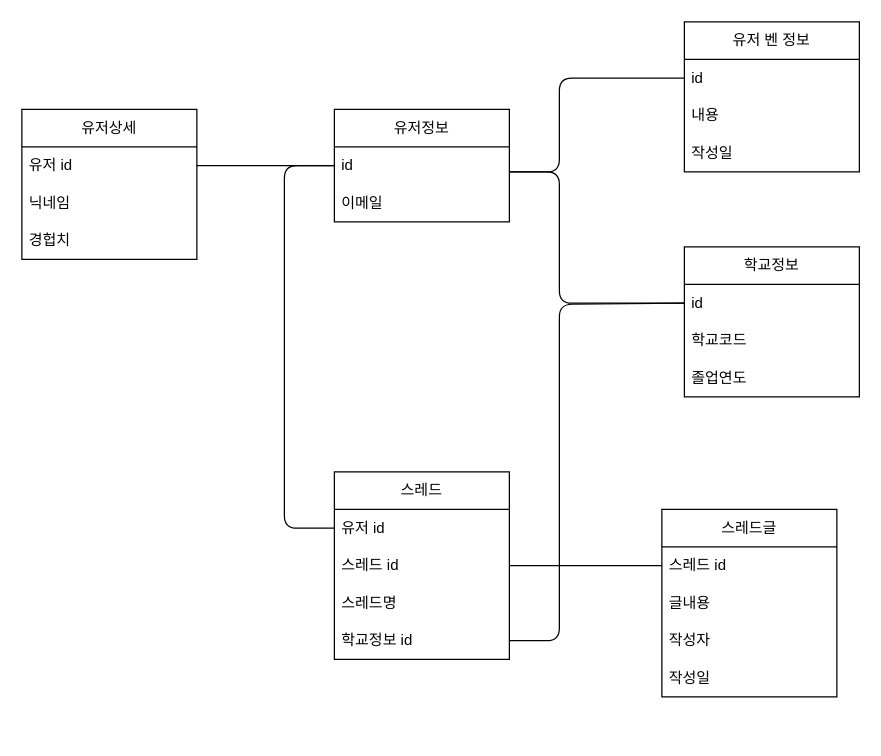
Earlier version of the draw.io diagram page "api" (2 of 2) of doc/DB.drawio (jhh78/find_friend). Source tidied: cells renumbered, new cells numbered last; positions are measured from the earlier drawing's top-left corner, leaving out a move shared by most shapes. Both pictures are drawn from the tidied source at 125%, with x=0, y=0 at pixel (21, 21).
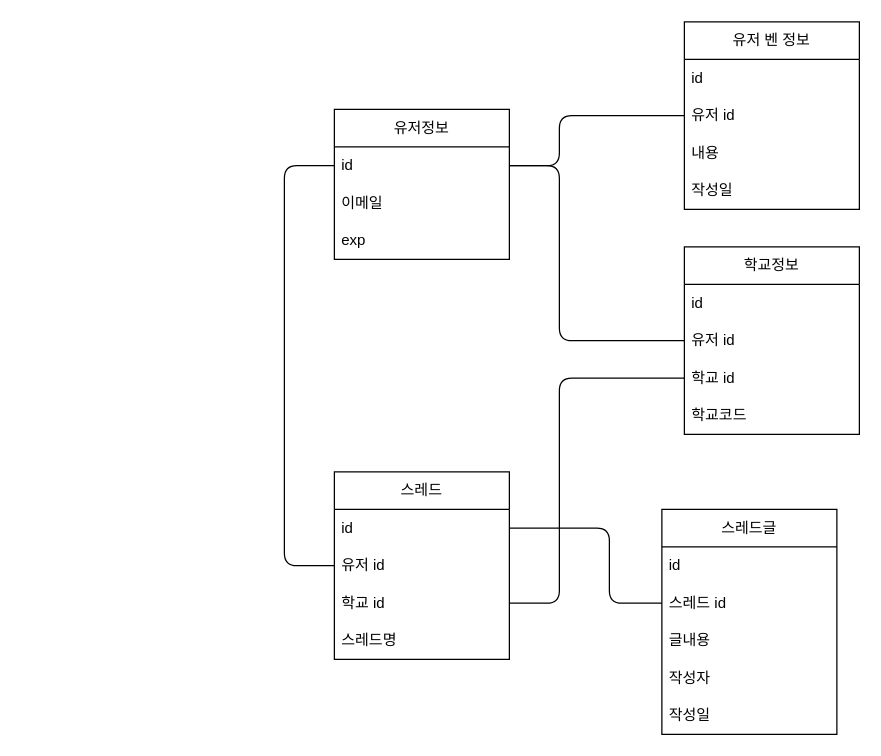
The same page after the edit.

The change refers to these unchanged cells:
```xml
<mxCell id="3" value="id" style="text;strokeColor=none;fillColor=none;align=left;verticalAlign=middle;spacingLeft=4;spacingRight=4;overflow=hidden;points=[[0,0.5],[1,0.5]];portConstraint=eastwest;whiteSpace=wrap;html=1;" parent="2" vertex="1">
  <mxGeometry y="30" width="140" height="30" as="geometry" />
</mxCell>
<mxCell id="5" value="스레드" style="swimlane;fontStyle=0;horizontal=1;startSize=30;whiteSpace=wrap;html=1;" parent="1" vertex="1">
  <mxGeometry x="250" y="360" width="140" height="150" as="geometry" />
</mxCell>
<mxCell id="18" value="id" style="text;strokeColor=none;fillColor=none;align=left;verticalAlign=middle;spacingLeft=4;spacingRight=4;overflow=hidden;points=[[0,0.5],[1,0.5]];portConstraint=eastwest;whiteSpace=wrap;html=1;" parent="17" vertex="1">
  <mxGeometry y="30" width="140" height="30" as="geometry" />
</mxCell>
```

Change to the diagram source:
```diff
@@
     <mxCell id="2" value="유저정보" style="swimlane;fontStyle=0;horizontal=1;startSize=30;whiteSpace=wrap;html=1;" parent="1" vertex="1">
-      <mxGeometry x="250" y="70" width="140" height="90" as="geometry" />
+      <mxGeometry x="250" y="70" width="140" height="120" as="geometry" />
     </mxCell>
@@
+    <mxCell id="33" value="exp" style="text;strokeColor=none;fillColor=none;align=left;verticalAlign=middle;spacingLeft=4;spacingRight=4;overflow=hidden;whiteSpace=wrap;html=1;" parent="2" vertex="1">
+      <mxGeometry y="90" width="140" height="30" as="geometry" />
+    </mxCell>
@@
+    <mxCell id="7" value="id" style="text;strokeColor=none;fillColor=none;align=left;verticalAlign=middle;spacingLeft=4;spacingRight=4;overflow=hidden;points=[[0,0.5],[1,0.5]];portConstraint=eastwest;whiteSpace=wrap;html=1;" parent="5" vertex="1">
+      <mxGeometry y="30" width="140" height="30" as="geometry" />
+    </mxCell>
     <mxCell id="6" value="유저 id" style="text;strokeColor=none;fillColor=none;align=left;verticalAlign=middle;spacingLeft=4;spacingRight=4;overflow=hidden;points=[[0,0.5],[1,0.5]];portConstraint=eastwest;whiteSpace=wrap;html=1;" parent="5" vertex="1">
-      <mxGeometry y="30" width="140" height="30" as="geometry" />
+      <mxGeometry y="60" width="140" height="30" as="geometry" />
     </mxCell>
-    <mxCell id="7" value="스레드 id" style="text;strokeColor=none;fillColor=none;align=left;verticalAlign=middle;spacingLeft=4;spacingRight=4;overflow=hidden;points=[[0,0.5],[1,0.5]];portConstraint=eastwest;whiteSpace=wrap;html=1;" parent="5" vertex="1">
-      <mxGeometry y="60" width="140" height="30" as="geometry" />
-    </mxCell>
+    <mxCell id="9" value="학교 id" style="text;strokeColor=none;fillColor=none;align=left;verticalAlign=middle;spacingLeft=4;spacingRight=4;overflow=hidden;points=[[0,0.5],[1,0.5]];portConstraint=eastwest;whiteSpace=wrap;html=1;" parent="5" vertex="1">
+      <mxGeometry y="90" width="140" height="30" as="geometry" />
+    </mxCell>
     <mxCell id="8" value="스레드명" style="text;strokeColor=none;fillColor=none;align=left;verticalAlign=middle;spacingLeft=4;spacingRight=4;overflow=hidden;whiteSpace=wrap;html=1;" parent="5" vertex="1">
-      <mxGeometry y="90" width="140" height="30" as="geometry" />
+      <mxGeometry y="120" width="140" height="30" as="geometry" />
     </mxCell>
-    <mxCell id="9" value="학교정보 id" style="text;strokeColor=none;fillColor=none;align=left;verticalAlign=middle;spacingLeft=4;spacingRight=4;overflow=hidden;points=[[0,0.5],[1,0.5]];portConstraint=eastwest;whiteSpace=wrap;html=1;" parent="5" vertex="1">
-      <mxGeometry y="120" width="140" height="30" as="geometry" />
-    </mxCell>
     <mxCell id="10" value="스레드글" style="swimlane;fontStyle=0;horizontal=1;startSize=30;whiteSpace=wrap;html=1;" parent="1" vertex="1">
-      <mxGeometry x="512" y="390" width="140" height="150" as="geometry" />
+      <mxGeometry x="512" y="390" width="140" height="180" as="geometry" />
     </mxCell>
-    <mxCell id="11" value="스레드 id" style="text;strokeColor=none;fillColor=none;align=left;verticalAlign=middle;spacingLeft=4;spacingRight=4;overflow=hidden;points=[[0,0.5],[1,0.5]];portConstraint=eastwest;whiteSpace=wrap;html=1;" parent="10" vertex="1">
+    <mxCell id="11" value="id" style="text;strokeColor=none;fillColor=none;align=left;verticalAlign=middle;spacingLeft=4;spacingRight=4;overflow=hidden;points=[[0,0.5],[1,0.5]];portConstraint=eastwest;whiteSpace=wrap;html=1;" parent="10" vertex="1">
       <mxGeometry y="30" width="140" height="30" as="geometry" />
     </mxCell>
+    <mxCell id="34" value="스레드 id" style="text;strokeColor=none;fillColor=none;align=left;verticalAlign=middle;spacingLeft=4;spacingRight=4;overflow=hidden;points=[[0,0.5],[1,0.5]];portConstraint=eastwest;whiteSpace=wrap;html=1;" parent="10" vertex="1">
+      <mxGeometry y="60" width="140" height="30" as="geometry" />
+    </mxCell>
     <mxCell id="12" value="글내용" style="text;strokeColor=none;fillColor=none;align=left;verticalAlign=middle;spacingLeft=4;spacingRight=4;overflow=hidden;whiteSpace=wrap;html=1;" parent="10" vertex="1">
-      <mxGeometry y="60" width="140" height="30" as="geometry" />
+      <mxGeometry y="90" width="140" height="30" as="geometry" />
     </mxCell>
     <mxCell id="13" value="작성자" style="text;strokeColor=none;fillColor=none;align=left;verticalAlign=middle;spacingLeft=4;spacingRight=4;overflow=hidden;whiteSpace=wrap;html=1;" parent="10" vertex="1">
-      <mxGeometry y="90" width="140" height="30" as="geometry" />
+      <mxGeometry y="120" width="140" height="30" as="geometry" />
     </mxCell>
     <mxCell id="14" value="작성일" style="text;strokeColor=none;fillColor=none;align=left;verticalAlign=middle;spacingLeft=4;spacingRight=4;overflow=hidden;whiteSpace=wrap;html=1;" parent="10" vertex="1">
-      <mxGeometry y="120" width="140" height="30" as="geometry" />
+      <mxGeometry y="150" width="140" height="30" as="geometry" />
     </mxCell>
     <mxCell id="15" style="endArrow=none;html=1;entryX=0;entryY=0.5;entryDx=0;entryDy=0;exitX=0;exitY=0.5;exitDx=0;exitDy=0;" parent="1" edge="1" source="6" target="3">
       <mxGeometry relative="1" as="geometry">
         <Array as="points">
-          <mxPoint x="210" y="405" />
+          <mxPoint x="210" y="435" />
           <mxPoint x="210" y="260" />
           <mxPoint x="210" y="115" />
         </Array>
       </mxGeometry>
     </mxCell>
-    <mxCell id="16" style="endArrow=none;html=1;exitX=1;exitY=0.5;exitDx=0;exitDy=0;entryX=0;entryY=0.5;entryDx=0;entryDy=0;" parent="1" edge="1" source="7" target="11">
-      <mxGeometry relative="1" as="geometry" />
+    <mxCell id="16" style="endArrow=none;html=1;exitX=1;exitY=0.5;exitDx=0;exitDy=0;entryX=0;entryY=0.5;entryDx=0;entryDy=0;" parent="1" edge="1" source="7" target="34">
+      <mxGeometry relative="1" as="geometry">
+        <Array as="points">
+          <mxPoint x="470" y="405" />
+          <mxPoint x="470" y="465" />
+        </Array>
+      </mxGeometry>
     </mxCell>
     <mxCell id="17" value="유저 벤 정보" style="swimlane;fontStyle=0;horizontal=1;startSize=30;whiteSpace=wrap;html=1;" parent="1" vertex="1">
-      <mxGeometry x="530" width="140" height="120" as="geometry" />
+      <mxGeometry x="530" width="140" height="150" as="geometry" />
     </mxCell>
@@
+    <mxCell id="29" value="유저 id" style="text;strokeColor=none;fillColor=none;align=left;verticalAlign=middle;spacingLeft=4;spacingRight=4;overflow=hidden;points=[[0,0.5],[1,0.5]];portConstraint=eastwest;whiteSpace=wrap;html=1;" parent="17" vertex="1">
+      <mxGeometry y="60" width="140" height="30" as="geometry" />
+    </mxCell>
     <mxCell id="19" value="내용" style="text;strokeColor=none;fillColor=none;align=left;verticalAlign=middle;spacingLeft=4;spacingRight=4;overflow=hidden;whiteSpace=wrap;html=1;" parent="17" vertex="1">
-      <mxGeometry y="60" width="140" height="30" as="geometry" />
+      <mxGeometry y="90" width="140" height="30" as="geometry" />
     </mxCell>
     <mxCell id="20" value="작성일" style="text;strokeColor=none;fillColor=none;align=left;verticalAlign=middle;spacingLeft=4;spacingRight=4;overflow=hidden;whiteSpace=wrap;html=1;" parent="17" vertex="1">
-      <mxGeometry y="90" width="140" height="30" as="geometry" />
+      <mxGeometry y="120" width="140" height="30" as="geometry" />
     </mxCell>
-    <mxCell id="21" style="endArrow=none;html=1;entryX=0;entryY=0.5;entryDx=0;entryDy=0;" parent="1" edge="1" target="18">
+    <mxCell id="21" style="endArrow=none;html=1;entryX=0;entryY=0.5;entryDx=0;entryDy=0;exitX=1;exitY=0.5;exitDx=0;exitDy=0;" parent="1" edge="1" source="3" target="29">
       <mxGeometry relative="1" as="geometry">
-        <mxPoint x="390" y="120" as="sourcePoint" />
         <Array as="points">
-          <mxPoint x="430" y="120" />
-          <mxPoint x="430" y="45" />
+          <mxPoint x="430" y="115" />
+          <mxPoint x="430" y="75" />
         </Array>
       </mxGeometry>
     </mxCell>
     <mxCell id="22" value="학교정보" style="swimlane;fontStyle=0;horizontal=1;startSize=30;whiteSpace=wrap;html=1;" parent="1" vertex="1">
-      <mxGeometry x="530" y="180" width="140" height="120" as="geometry" />
+      <mxGeometry x="530" y="180" width="140" height="150" as="geometry" />
     </mxCell>
+    <mxCell id="35" value="id" style="text;strokeColor=none;fillColor=none;align=left;verticalAlign=middle;spacingLeft=4;spacingRight=4;overflow=hidden;whiteSpace=wrap;html=1;" parent="22" vertex="1">
+      <mxGeometry y="30" width="140" height="30" as="geometry" />
+    </mxCell>
-    <mxCell id="23" value="id" style="text;strokeColor=none;fillColor=none;align=left;verticalAlign=middle;spacingLeft=4;spacingRight=4;overflow=hidden;points=[[0,0.5],[1,0.5]];portConstraint=eastwest;whiteSpace=wrap;html=1;" parent="22" vertex="1">
-      <mxGeometry y="30" width="140" height="30" as="geometry" />
+    <mxCell id="23" value="유저 id" style="text;strokeColor=none;fillColor=none;align=left;verticalAlign=middle;spacingLeft=4;spacingRight=4;overflow=hidden;points=[[0,0.5],[1,0.5]];portConstraint=eastwest;whiteSpace=wrap;html=1;" parent="22" vertex="1">
+      <mxGeometry y="60" width="140" height="30" as="geometry" />
     </mxCell>
+    <mxCell id="36" value="학교 id" style="text;strokeColor=none;fillColor=none;align=left;verticalAlign=middle;spacingLeft=4;spacingRight=4;overflow=hidden;points=[[0,0.5],[1,0.5]];portConstraint=eastwest;whiteSpace=wrap;html=1;" parent="22" vertex="1">
+      <mxGeometry y="90" width="140" height="30" as="geometry" />
+    </mxCell>
     <mxCell id="24" value="학교코드" style="text;strokeColor=none;fillColor=none;align=left;verticalAlign=middle;spacingLeft=4;spacingRight=4;overflow=hidden;whiteSpace=wrap;html=1;" parent="22" vertex="1">
-      <mxGeometry y="60" width="140" height="30" as="geometry" />
+      <mxGeometry y="120" width="140" height="30" as="geometry" />
     </mxCell>
-    <mxCell id="25" value="졸업연도" style="text;strokeColor=none;fillColor=none;align=left;verticalAlign=middle;spacingLeft=4;spacingRight=4;overflow=hidden;whiteSpace=wrap;html=1;" parent="22" vertex="1">
-      <mxGeometry y="90" width="140" height="30" as="geometry" />
-    </mxCell>
-    <mxCell id="26" style="endArrow=none;html=1;entryX=0;entryY=0.5;entryDx=0;entryDy=0;exitX=1;exitY=0.667;exitDx=0;exitDy=0;exitPerimeter=0;" parent="1" edge="1" source="3" target="23">
+    <mxCell id="26" style="endArrow=none;html=1;entryX=0;entryY=0.5;entryDx=0;entryDy=0;exitX=1;exitY=0.5;exitDx=0;exitDy=0;" parent="1" edge="1" source="3" target="23">
       <mxGeometry relative="1" as="geometry">
         <Array as="points">
-          <mxPoint x="430" y="120" />
-          <mxPoint x="430" y="225" />
+          <mxPoint x="430" y="115" />
+          <mxPoint x="430" y="255" />
         </Array>
       </mxGeometry>
     </mxCell>
-    <mxCell id="27" style="endArrow=none;html=1;exitX=1;exitY=0.5;exitDx=0;exitDy=0;entryX=0;entryY=0.5;entryDx=0;entryDy=0;" parent="1" edge="1" source="9" target="23">
+    <mxCell id="27" style="endArrow=none;html=1;exitX=1;exitY=0.5;exitDx=0;exitDy=0;entryX=0;entryY=0.5;entryDx=0;entryDy=0;" parent="1" edge="1" source="9" target="36">
       <mxGeometry relative="1" as="geometry">
         <Array as="points">
-          <mxPoint x="430" y="495" />
-          <mxPoint x="430" y="226" />
+          <mxPoint x="430" y="465" />
+          <mxPoint x="430" y="285" />
         </Array>
       </mxGeometry>
     </mxCell>
-    <mxCell id="28" value="유저상세" style="swimlane;fontStyle=0;horizontal=1;startSize=30;whiteSpace=wrap;html=1;" parent="1" vertex="1">
-      <mxGeometry y="70" width="140" height="120" as="geometry" />
-    </mxCell>
-    <mxCell id="29" value="유저 id" style="text;strokeColor=none;fillColor=none;align=left;verticalAlign=middle;spacingLeft=4;spacingRight=4;overflow=hidden;points=[[0,0.5],[1,0.5]];portConstraint=eastwest;whiteSpace=wrap;html=1;" parent="28" vertex="1">
-      <mxGeometry y="30" width="140" height="30" as="geometry" />
-    </mxCell>
-    <mxCell id="30" value="닉네임" style="text;strokeColor=none;fillColor=none;align=left;verticalAlign=middle;spacingLeft=4;spacingRight=4;overflow=hidden;whiteSpace=wrap;html=1;" parent="28" vertex="1">
-      <mxGeometry y="60" width="140" height="30" as="geometry" />
-    </mxCell>
-    <mxCell id="31" value="경헙치" style="text;strokeColor=none;fillColor=none;align=left;verticalAlign=middle;spacingLeft=4;spacingRight=4;overflow=hidden;whiteSpace=wrap;html=1;" parent="28" vertex="1">
-      <mxGeometry y="90" width="140" height="30" as="geometry" />
-    </mxCell>
-    <mxCell id="32" style="endArrow=none;html=1;exitX=1;exitY=0.5;exitDx=0;exitDy=0;entryX=0;entryY=0.5;entryDx=0;entryDy=0;" parent="1" edge="1" source="29" target="3">
-      <mxGeometry relative="1" as="geometry" />
-    </mxCell>
```
